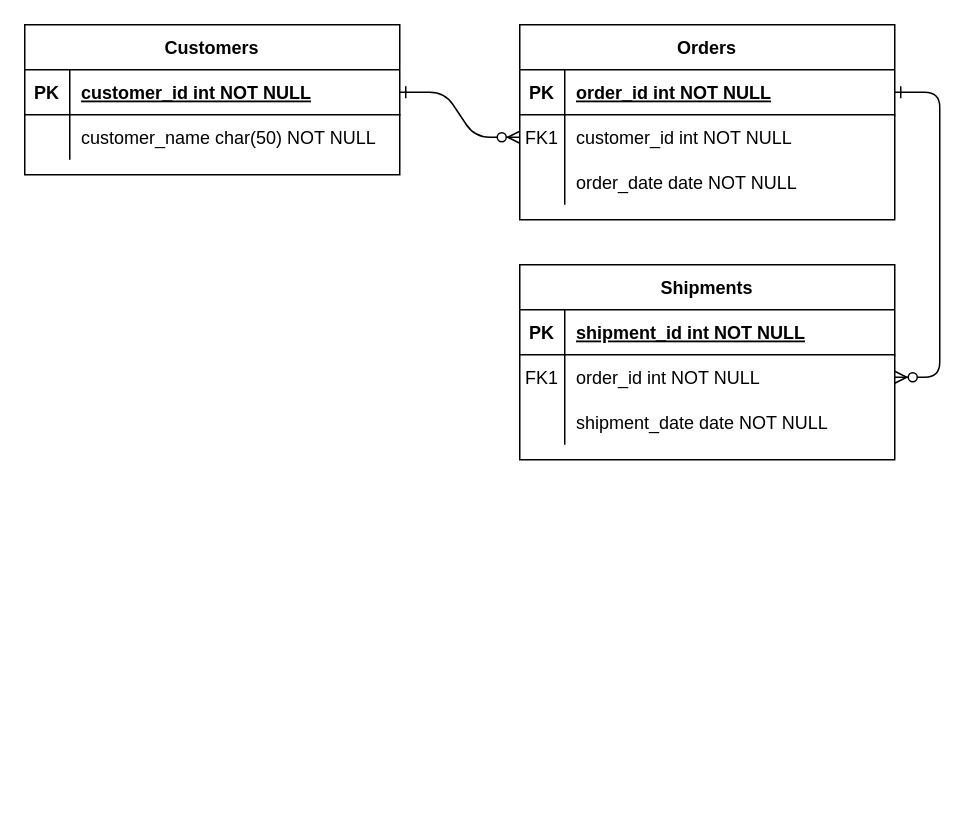
NoelOsiro/AdvancedTrack keeps this draw.io diagram as Untitled Diagram.drawio. Above is the earlier version. Source tidied: cells renumbered, new cells numbered last; positions are measured from the earlier drawing's top-left corner, leaving out a move shared by most shapes. Both pictures are drawn from the tidied source at 150%, with x=0, y=0 at pixel (24, 24).
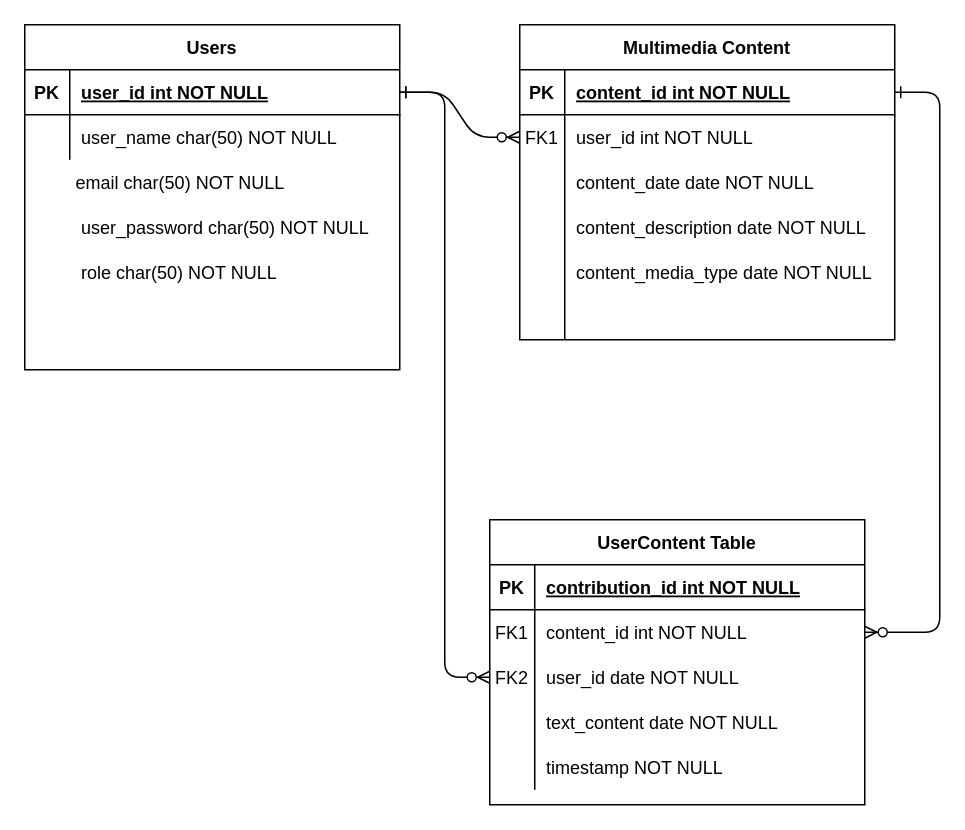
The same diagram, later.

The change refers to these unchanged cells:
```xml
<mxCell id="5" style="shape=partialRectangle;fillColor=none;points=[[0,0.5],[1,0.5]];portConstraint=eastwest;top=0;left=0;right=0;bottom=1;" parent="4" vertex="1">
  <mxGeometry y="30" width="250" height="30" as="geometry" />
</mxCell>
<mxCell id="8" style="shape=partialRectangle;fillColor=none;points=[[0,0.5],[1,0.5]];portConstraint=eastwest;top=0;left=0;right=0;bottom=0;" parent="4" vertex="1">
  <mxGeometry y="60" width="250" height="30" as="geometry" />
</mxCell>
<mxCell id="11" style="shape=partialRectangle;fillColor=none;top=0;left=0;right=0;bottom=0;" parent="4" vertex="1">
  <mxGeometry y="90" width="250" height="30" as="geometry" />
</mxCell>
<mxCell id="15" style="shape=partialRectangle;fillColor=none;top=0;left=0;right=0;bottom=1;" parent="14" vertex="1">
  <mxGeometry y="30" width="250" height="30" as="geometry" />
</mxCell>
<mxCell id="18" style="shape=partialRectangle;fillColor=none;points=[[0,0.5],[1,0.5]];portConstraint=eastwest;top=0;left=0;right=0;bottom=0;" parent="14" vertex="1">
  <mxGeometry y="60" width="250" height="30" as="geometry" />
</mxCell>
<mxCell id="21" style="shape=partialRectangle;fillColor=none;points=[[0,0.5],[1,0.5]];portConstraint=eastwest;top=0;left=0;right=0;bottom=0;" parent="14" vertex="1">
  <mxGeometry y="90" width="250" height="30" as="geometry" />
</mxCell>
<mxCell id="25" style="shape=partialRectangle;fillColor=none;points=[[0,0.5],[1,0.5]];portConstraint=eastwest;top=0;left=0;right=0;bottom=1;" parent="24" vertex="1">
  <mxGeometry y="30" width="250" height="30" as="geometry" />
</mxCell>
<mxCell id="28" style="shape=partialRectangle;fillColor=none;top=0;left=0;right=0;bottom=0;" parent="24" vertex="1">
  <mxGeometry y="60" width="250" height="30" as="geometry" />
</mxCell>
```

Diff of the diagram source:
```diff
@@
-    <mxCell id="4" value="Orders" style="shape=table;startSize=30;childLayout=tableLayout;rowLines=0;fontStyle=1;align=center;" parent="1" vertex="1">
-      <mxGeometry x="330" width="250" height="130" as="geometry" />
+    <mxCell id="4" value="Multimedia Content" style="shape=table;startSize=30;childLayout=tableLayout;rowLines=0;fontStyle=1;align=center;" parent="1" vertex="1">
+      <mxGeometry x="330" width="250" height="210" as="geometry" />
     </mxCell>
@@
-    <mxCell id="7" value="order_id int NOT NULL " style="shape=partialRectangle;overflow=hidden;fillColor=none;top=0;left=0;bottom=0;right=0;align=left;spacingLeft=6;fontStyle=5;" parent="5" vertex="1">
+    <mxCell id="7" value="content_id int NOT NULL " style="shape=partialRectangle;overflow=hidden;fillColor=none;top=0;left=0;bottom=0;right=0;align=left;spacingLeft=6;fontStyle=5;" parent="5" vertex="1">
       <mxGeometry x="30" width="220" height="30" as="geometry" />
     </mxCell>
@@
-    <mxCell id="10" value="customer_id int NOT NULL" style="shape=partialRectangle;overflow=hidden;fillColor=none;top=0;left=0;bottom=0;right=0;align=left;spacingLeft=6;" parent="8" vertex="1">
+    <mxCell id="10" value="user_id int NOT NULL" style="shape=partialRectangle;overflow=hidden;fillColor=none;top=0;left=0;bottom=0;right=0;align=left;spacingLeft=6;" parent="8" vertex="1">
       <mxGeometry x="30" width="220" height="30" as="geometry" />
     </mxCell>
@@
-    <mxCell id="13" value="order_date date NOT NULL" style="shape=partialRectangle;overflow=hidden;fillColor=none;top=0;left=0;bottom=0;right=0;align=left;spacingLeft=6;" parent="11" vertex="1">
+    <mxCell id="13" value="content_date date NOT NULL" style="shape=partialRectangle;overflow=hidden;fillColor=none;top=0;left=0;bottom=0;right=0;align=left;spacingLeft=6;" parent="11" vertex="1">
       <mxGeometry x="30" width="220" height="30" as="geometry" />
     </mxCell>
+    <mxCell id="31" style="shape=partialRectangle;fillColor=none;top=0;left=0;right=0;bottom=0;" parent="4" vertex="1">
+      <mxGeometry y="120" width="250" height="30" as="geometry" />
+    </mxCell>
+    <mxCell id="32" style="shape=partialRectangle;overflow=hidden;fillColor=none;top=0;left=0;bottom=0;right=0;" parent="31" vertex="1">
+      <mxGeometry width="30" height="30" as="geometry" />
+    </mxCell>
+    <mxCell id="33" value="content_description date NOT NULL" style="shape=partialRectangle;overflow=hidden;fillColor=none;top=0;left=0;bottom=0;right=0;align=left;spacingLeft=6;" parent="31" vertex="1">
+      <mxGeometry x="30" width="220" height="30" as="geometry" />
+    </mxCell>
+    <mxCell id="34" style="shape=partialRectangle;fillColor=none;top=0;left=0;right=0;bottom=0;" parent="4" vertex="1">
+      <mxGeometry y="150" width="250" height="30" as="geometry" />
+    </mxCell>
+    <mxCell id="35" style="shape=partialRectangle;overflow=hidden;fillColor=none;top=0;left=0;bottom=0;right=0;" parent="34" vertex="1">
+      <mxGeometry width="30" height="30" as="geometry" />
+    </mxCell>
+    <mxCell id="36" value="content_media_type date NOT NULL" style="shape=partialRectangle;overflow=hidden;fillColor=none;top=0;left=0;bottom=0;right=0;align=left;spacingLeft=6;" parent="34" vertex="1">
+      <mxGeometry x="30" width="220" height="30" as="geometry" />
+    </mxCell>
+    <mxCell id="37" style="shape=partialRectangle;fillColor=none;top=0;left=0;right=0;bottom=0;" parent="4" vertex="1">
+      <mxGeometry y="180" width="250" height="30" as="geometry" />
+    </mxCell>
+    <mxCell id="38" style="shape=partialRectangle;overflow=hidden;fillColor=none;top=0;left=0;bottom=0;right=0;" parent="37" vertex="1">
+      <mxGeometry width="30" height="30" as="geometry" />
+    </mxCell>
+    <mxCell id="39" style="shape=partialRectangle;overflow=hidden;fillColor=none;top=0;left=0;bottom=0;right=0;align=left;spacingLeft=6;" parent="37" vertex="1">
+      <mxGeometry x="30" width="220" height="30" as="geometry" />
+    </mxCell>
-    <mxCell id="14" value="Shipments" style="shape=table;startSize=30;childLayout=tableLayout;rowLines=0;fontStyle=1;align=center;" parent="1" vertex="1">
-      <mxGeometry x="330" y="160" width="250" height="130" as="geometry" />
+    <mxCell id="14" value="UserContent Table" style="shape=table;startSize=30;childLayout=tableLayout;rowLines=0;fontStyle=1;align=center;" parent="1" vertex="1">
+      <mxGeometry x="310" y="330" width="250" height="190" as="geometry" />
     </mxCell>
@@
-    <mxCell id="17" value="shipment_id int NOT NULL " style="shape=partialRectangle;overflow=hidden;fillColor=none;top=0;left=0;bottom=0;right=0;align=left;spacingLeft=6;fontStyle=5;" parent="15" vertex="1">
+    <mxCell id="17" value="contribution_id int NOT NULL " style="shape=partialRectangle;overflow=hidden;fillColor=none;top=0;left=0;bottom=0;right=0;align=left;spacingLeft=6;fontStyle=5;" parent="15" vertex="1">
       <mxGeometry x="30" width="220" height="30" as="geometry" />
     </mxCell>
@@
-    <mxCell id="20" value="order_id int NOT NULL" style="shape=partialRectangle;overflow=hidden;fillColor=none;top=0;left=0;bottom=0;right=0;align=left;spacingLeft=6;" parent="18" vertex="1">
+    <mxCell id="20" value="content_id int NOT NULL" style="shape=partialRectangle;overflow=hidden;fillColor=none;top=0;left=0;bottom=0;right=0;align=left;spacingLeft=6;" parent="18" vertex="1">
       <mxGeometry x="30" width="220" height="30" as="geometry" />
     </mxCell>
@@
-    <mxCell id="22" style="shape=partialRectangle;overflow=hidden;fillColor=none;top=0;left=0;bottom=0;right=0;" parent="21" vertex="1">
+    <mxCell id="22" value="FK2" style="shape=partialRectangle;overflow=hidden;fillColor=none;top=0;left=0;bottom=0;right=0;" parent="21" vertex="1">
       <mxGeometry width="30" height="30" as="geometry" />
     </mxCell>
-    <mxCell id="23" value="shipment_date date NOT NULL" style="shape=partialRectangle;overflow=hidden;fillColor=none;top=0;left=0;bottom=0;right=0;align=left;spacingLeft=6;" parent="21" vertex="1">
+    <mxCell id="23" value="user_id date NOT NULL" style="shape=partialRectangle;overflow=hidden;fillColor=none;top=0;left=0;bottom=0;right=0;align=left;spacingLeft=6;" parent="21" vertex="1">
       <mxGeometry x="30" width="220" height="30" as="geometry" />
     </mxCell>
+    <mxCell id="40" style="shape=partialRectangle;fillColor=none;top=0;left=0;right=0;bottom=0;" parent="14" vertex="1">
+      <mxGeometry y="120" width="250" height="30" as="geometry" />
+    </mxCell>
+    <mxCell id="41" style="shape=partialRectangle;overflow=hidden;fillColor=none;top=0;left=0;bottom=0;right=0;" parent="40" vertex="1">
+      <mxGeometry width="30" height="30" as="geometry" />
+    </mxCell>
+    <mxCell id="42" value="text_content date NOT NULL" style="shape=partialRectangle;overflow=hidden;fillColor=none;top=0;left=0;bottom=0;right=0;align=left;spacingLeft=6;" parent="40" vertex="1">
+      <mxGeometry x="30" width="220" height="30" as="geometry" />
+    </mxCell>
+    <mxCell id="43" style="shape=partialRectangle;fillColor=none;top=0;left=0;right=0;bottom=0;" parent="14" vertex="1">
+      <mxGeometry y="150" width="250" height="30" as="geometry" />
+    </mxCell>
+    <mxCell id="44" style="shape=partialRectangle;overflow=hidden;fillColor=none;top=0;left=0;bottom=0;right=0;" parent="43" vertex="1">
+      <mxGeometry width="30" height="30" as="geometry" />
+    </mxCell>
+    <mxCell id="45" value="timestamp NOT NULL" style="shape=partialRectangle;overflow=hidden;fillColor=none;top=0;left=0;bottom=0;right=0;align=left;spacingLeft=6;" parent="43" vertex="1">
+      <mxGeometry x="30" width="220" height="30" as="geometry" />
+    </mxCell>
-    <mxCell id="24" value="Customers" style="shape=table;startSize=30;childLayout=tableLayout;rowLines=0;fontStyle=1;align=center;" parent="1" vertex="1">
-      <mxGeometry width="250" height="100" as="geometry" />
+    <mxCell id="24" value="Users" style="shape=table;startSize=30;childLayout=tableLayout;rowLines=0;fontStyle=1;align=center;" parent="1" vertex="1">
+      <mxGeometry width="250" height="230" as="geometry" />
     </mxCell>
@@
-    <mxCell id="27" value="customer_id int NOT NULL " style="shape=partialRectangle;overflow=hidden;fillColor=none;top=0;left=0;bottom=0;right=0;align=left;spacingLeft=6;fontStyle=5;" parent="25" vertex="1">
+    <mxCell id="27" value="user_id int NOT NULL " style="shape=partialRectangle;overflow=hidden;fillColor=none;top=0;left=0;bottom=0;right=0;align=left;spacingLeft=6;fontStyle=5;" parent="25" vertex="1">
       <mxGeometry x="30" width="220" height="30" as="geometry" />
     </mxCell>
@@
-    <mxCell id="30" value="customer_name char(50) NOT NULL" style="shape=partialRectangle;overflow=hidden;fillColor=none;top=0;left=0;bottom=0;right=0;align=left;spacingLeft=6;" parent="28" vertex="1">
+    <mxCell id="30" value="user_name char(50) NOT NULL" style="shape=partialRectangle;overflow=hidden;fillColor=none;top=0;left=0;bottom=0;right=0;align=left;spacingLeft=6;" parent="28" vertex="1">
       <mxGeometry x="30" width="220" height="30" as="geometry" />
     </mxCell>
+    <mxCell id="46" style="shape=partialRectangle;fillColor=none;top=0;left=0;right=0;bottom=0;" parent="1" vertex="1">
+      <mxGeometry y="90" width="220" height="30" as="geometry" />
+    </mxCell>
+    <mxCell id="47" style="shape=partialRectangle;overflow=hidden;fillColor=none;top=0;left=0;bottom=0;right=0;" parent="46" vertex="1">
+      <mxGeometry width="26.4" height="30" as="geometry" />
+    </mxCell>
+    <mxCell id="48" value="email char(50) NOT NULL" style="shape=partialRectangle;overflow=hidden;fillColor=none;top=0;left=0;bottom=0;right=0;align=left;spacingLeft=6;" parent="46" vertex="1">
+      <mxGeometry x="26.4" width="193.6" height="30" as="geometry" />
+    </mxCell>
+    <mxCell id="49" style="shape=partialRectangle;overflow=hidden;fillColor=none;top=0;left=0;bottom=0;right=0;" parent="1" vertex="1">
+      <mxGeometry y="120" width="30" height="30" as="geometry" />
+    </mxCell>
+    <mxCell id="50" value="user_password char(50) NOT NULL" style="shape=partialRectangle;overflow=hidden;fillColor=none;top=0;left=0;bottom=0;right=0;align=left;spacingLeft=6;" parent="1" vertex="1">
+      <mxGeometry x="30" y="120" width="220" height="30" as="geometry" />
+    </mxCell>
+    <mxCell id="51" style="shape=partialRectangle;overflow=hidden;fillColor=none;top=0;left=0;bottom=0;right=0;" parent="1" vertex="1">
+      <mxGeometry y="160" width="30" height="30" as="geometry" />
+    </mxCell>
+    <mxCell id="52" value="role char(50) NOT NULL" style="shape=partialRectangle;overflow=hidden;fillColor=none;top=0;left=0;bottom=0;right=0;align=left;spacingLeft=6;" parent="1" vertex="1">
+      <mxGeometry x="30" y="150" width="220" height="30" as="geometry" />
+    </mxCell>
+    <mxCell id="53" style="edgeStyle=entityRelationEdgeStyle;endArrow=ERzeroToMany;startArrow=ERone;endFill=1;startFill=0;exitX=1;exitY=0.5;exitDx=0;exitDy=0;entryX=0;entryY=0.5;entryDx=0;entryDy=0;" parent="1" edge="1" source="25" target="21">
+      <mxGeometry relative="1" as="geometry" />
+    </mxCell>
```
